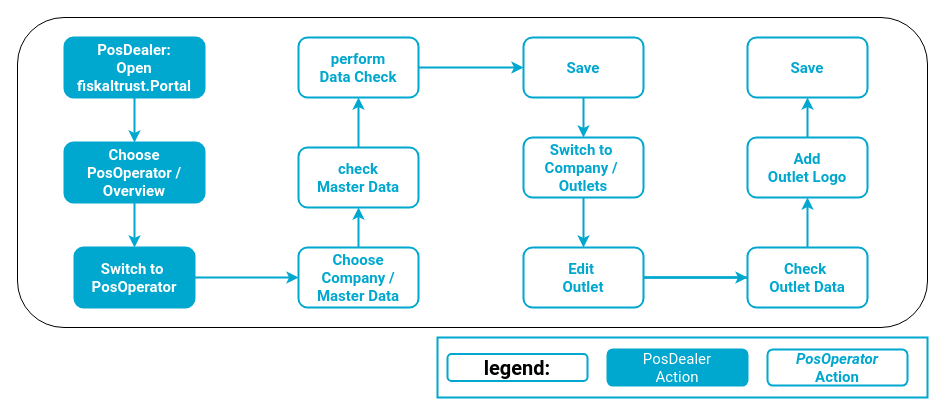
Above: buy-resell/images/sources/buy_resell-digital-receipt.drawio in fiskaltrust/rollout-doc (draw.io), before the change. Source tidied: cells renumbered, new cells numbered last; positions are measured from the earlier drawing's top-left corner, leaving out a move shared by most shapes. Both pictures are drawn from the tidied source at 100%, with x=0, y=0 at pixel (17, 17).
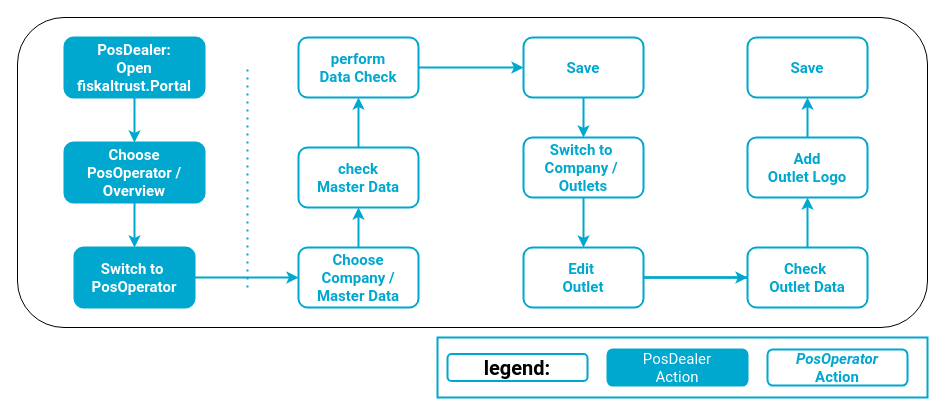
Above is the later version.

Diff of the diagram source:
```diff
@@
+    <mxCell id="33" style="endArrow=none;dashed=1;html=1;dashPattern=1 3;strokeWidth=2;rounded=0;strokeColor=#00A8CE;" parent="1" edge="1">
+      <mxGeometry relative="1" as="geometry">
+        <mxPoint x="230" y="270" as="sourcePoint" />
+        <mxPoint x="230" y="50" as="targetPoint" />
+      </mxGeometry>
+    </mxCell>
```
